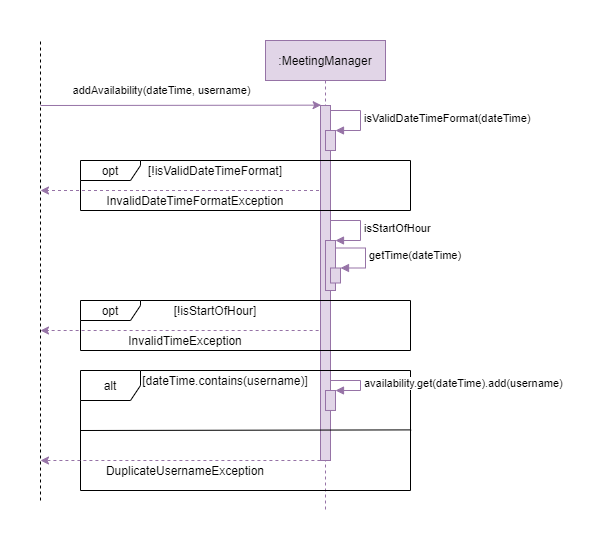
The draw.io diagram docs/developerGuideDiagrams/availableSequenceDiagram.png in theeugenechong/tp, before a commit. Source tidied: cells renumbered, new cells last; positions are measured from the earlier drawing's top-left corner, leaving out a move shared by most shapes.
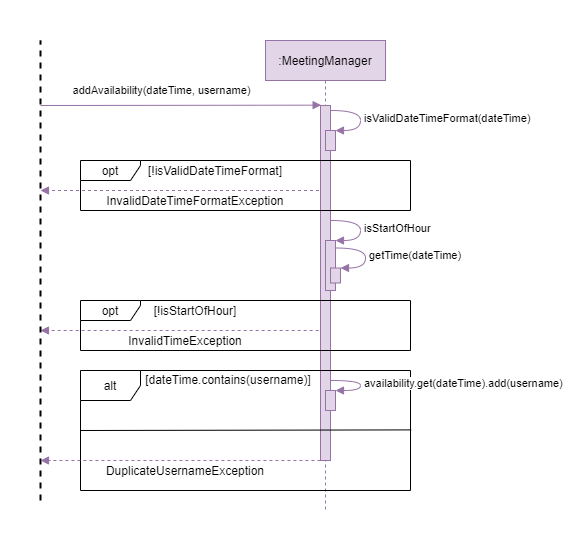
The same diagram one commit later.

Commit message:
Made cosmetic changes to sequence diagram so that they are all standardized

The edit, as a diff of the source:
```diff
@@ -3,25 +3,25 @@
     <mxCell id="0" />
     <mxCell id="1" parent="0" />
     <mxCell id="2" style="rounded=0;whiteSpace=wrap;html=1;fillColor=default;strokeColor=none;" parent="1" vertex="1">
-      <mxGeometry width="590" height="540" as="geometry" />
+      <mxGeometry width="580" height="540" as="geometry" />
     </mxCell>
-    <mxCell id="3" style="endArrow=classic;html=1;rounded=0;fillColor=#e1d5e7;strokeColor=#9673a6;dashed=1;exitX=0.758;exitY=0.6;exitDx=0;exitDy=0;exitPerimeter=0;" parent="1" edge="1" source="17">
+    <mxCell id="3" style="endArrow=block;html=1;rounded=0;fillColor=#e1d5e7;strokeColor=#9673a6;dashed=1;exitX=0.758;exitY=0.6;exitDx=0;exitDy=0;exitPerimeter=0;endFill=1;" parent="1" edge="1" source="17">
       <mxGeometry relative="1" as="geometry">
         <mxPoint x="40" y="330" as="targetPoint" />
       </mxGeometry>
     </mxCell>
-    <mxCell id="4" style="endArrow=none;dashed=1;html=1;rounded=0;" parent="1" edge="1">
+    <mxCell id="4" style="endArrow=none;dashed=1;html=1;rounded=0;strokeWidth=2;" parent="1" edge="1">
       <mxGeometry relative="1" as="geometry">
         <mxPoint x="40" y="500" as="sourcePoint" />
         <mxPoint x="40" y="40" as="targetPoint" />
       </mxGeometry>
     </mxCell>
-    <mxCell id="5" value="addAvailability(dateTime, username)" style="endArrow=classic;html=1;rounded=0;entryX=0.062;entryY=-0.001;entryDx=0;entryDy=0;entryPerimeter=0;fillColor=#e1d5e7;strokeColor=#9673a6;" parent="1" edge="1" target="8">
+    <mxCell id="5" value="addAvailability(dateTime, username)" style="endArrow=block;html=1;rounded=0;entryX=0.062;entryY=-0.001;entryDx=0;entryDy=0;entryPerimeter=0;fillColor=#e1d5e7;strokeColor=#9673a6;endFill=1;" parent="1" edge="1" target="8">
       <mxGeometry x="-0.14" y="15" relative="1" as="geometry">
         <mxPoint x="40" y="105" as="sourcePoint" />
       </mxGeometry>
     </mxCell>
-    <mxCell id="6" style="endArrow=classic;html=1;rounded=0;fillColor=#e1d5e7;strokeColor=#9673a6;dashed=1;" parent="1" edge="1" source="7">
+    <mxCell id="6" style="endArrow=block;html=1;rounded=0;fillColor=#e1d5e7;strokeColor=#9673a6;dashed=1;endFill=1;" parent="1" edge="1" source="7">
       <mxGeometry relative="1" as="geometry">
         <mxPoint x="40" y="190" as="targetPoint" />
       </mxGeometry>
@@ -35,7 +35,7 @@
     <mxCell id="9" style="perimeter=orthogonalPerimeter;rounded=0;shadow=0;strokeWidth=1;fillColor=#e1d5e7;strokeColor=#9673a6;" parent="7" vertex="1">
       <mxGeometry x="60" y="90" width="10" height="20" as="geometry" />
     </mxCell>
-    <mxCell id="10" value="isValidDateTimeFormat(dateTime)" style="edgeStyle=orthogonalEdgeStyle;html=1;align=left;spacingLeft=2;endArrow=block;rounded=0;entryX=1;entryY=0;fillColor=#e1d5e7;strokeColor=#9673a6;" parent="7" edge="1" target="11">
+    <mxCell id="10" value="isValidDateTimeFormat(dateTime)" style="edgeStyle=orthogonalEdgeStyle;html=1;align=left;spacingLeft=2;endArrow=block;entryX=1;entryY=0;fillColor=#e1d5e7;strokeColor=#9673a6;curved=1;" parent="7" edge="1" target="11">
       <mxGeometry relative="1" as="geometry">
         <mxPoint x="65" y="70" as="sourcePoint" />
         <Array as="points">
@@ -49,7 +49,7 @@
     <mxCell id="12" style="html=1;points=[];perimeter=orthogonalPerimeter;fillColor=#e1d5e7;strokeColor=#9673a6;" parent="7" vertex="1">
       <mxGeometry x="60" y="200" width="10" height="50" as="geometry" />
     </mxCell>
-    <mxCell id="13" value="isStartOfHour" style="edgeStyle=orthogonalEdgeStyle;html=1;align=left;spacingLeft=2;endArrow=block;rounded=0;entryX=1;entryY=0;fillColor=#e1d5e7;strokeColor=#9673a6;" parent="7" edge="1" target="12">
+    <mxCell id="13" value="isStartOfHour" style="edgeStyle=orthogonalEdgeStyle;html=1;align=left;spacingLeft=2;endArrow=block;entryX=1;entryY=0;fillColor=#e1d5e7;strokeColor=#9673a6;curved=1;" parent="7" edge="1" target="12">
       <mxGeometry relative="1" as="geometry">
         <mxPoint x="65" y="180" as="sourcePoint" />
         <Array as="points">
@@ -62,7 +62,7 @@
     <mxCell id="14" style="html=1;points=[];perimeter=orthogonalPerimeter;fillColor=#e1d5e7;strokeColor=#9673a6;" parent="7" vertex="1">
       <mxGeometry x="65" y="227.5" width="10" height="15" as="geometry" />
     </mxCell>
-    <mxCell id="15" value="getTime(dateTime)" style="edgeStyle=orthogonalEdgeStyle;html=1;align=left;spacingLeft=2;endArrow=block;rounded=0;entryX=1;entryY=0;fillColor=#e1d5e7;strokeColor=#9673a6;" parent="7" edge="1" target="14">
+    <mxCell id="15" value="getTime(dateTime)" style="edgeStyle=orthogonalEdgeStyle;html=1;align=left;spacingLeft=2;endArrow=block;entryX=1;entryY=0;fillColor=#e1d5e7;strokeColor=#9673a6;curved=1;" parent="7" edge="1" target="14">
       <mxGeometry relative="1" as="geometry">
         <mxPoint x="70" y="207.5" as="sourcePoint" />
         <Array as="points">
@@ -77,7 +77,7 @@
       <mxGeometry x="80" y="300" width="330" height="50" as="geometry" />
     </mxCell>
     <mxCell id="18" value="[!isStartOfHour]" style="text;html=1;strokeColor=none;fillColor=none;align=center;verticalAlign=middle;whiteSpace=wrap;rounded=0;" parent="1" vertex="1">
-      <mxGeometry x="140" y="300" width="150" height="20" as="geometry" />
+      <mxGeometry x="120" y="300" width="150" height="20" as="geometry" />
     </mxCell>
     <mxCell id="19" value="opt" style="shape=umlFrame;whiteSpace=wrap;html=1;fillColor=default;width=60;height=20;" parent="1" vertex="1">
       <mxGeometry x="80" y="160" width="330" height="50" as="geometry" />
@@ -99,7 +99,7 @@
     <mxCell id="24" value="alt" style="shape=umlFrame;whiteSpace=wrap;html=1;fillColor=default;" parent="1" vertex="1">
       <mxGeometry x="80" y="370" width="330" height="120" as="geometry" />
     </mxCell>
-    <mxCell id="25" style="endArrow=classic;html=1;rounded=0;fillColor=#e1d5e7;strokeColor=#9673a6;dashed=1;exitX=0.727;exitY=0.75;exitDx=0;exitDy=0;exitPerimeter=0;" parent="1" edge="1" source="24">
+    <mxCell id="25" style="endArrow=block;html=1;rounded=0;fillColor=#e1d5e7;strokeColor=#9673a6;dashed=1;exitX=0.727;exitY=0.75;exitDx=0;exitDy=0;exitPerimeter=0;endFill=1;" parent="1" edge="1" source="24">
       <mxGeometry relative="1" as="geometry">
         <mxPoint x="40" y="460" as="targetPoint" />
       </mxGeometry>
@@ -108,9 +108,9 @@
       <mxGeometry x="105" y="460" width="160" height="20" as="geometry" />
     </mxCell>
     <mxCell id="27" value="[dateTime.contains(username)]" style="text;html=1;strokeColor=none;fillColor=none;align=center;verticalAlign=middle;whiteSpace=wrap;rounded=0;" parent="1" vertex="1">
-      <mxGeometry x="140" y="370" width="170" height="20" as="geometry" />
+      <mxGeometry x="143" y="369" width="170" height="20" as="geometry" />
     </mxCell>
-    <mxCell id="28" value="availability.get(dateTime).add(username)" style="edgeStyle=orthogonalEdgeStyle;html=1;align=left;spacingLeft=2;endArrow=block;rounded=0;entryX=1;entryY=0;fillColor=#e1d5e7;strokeColor=#9673a6;" parent="1" edge="1" target="16">
+    <mxCell id="28" value="availability.get(dateTime).add(username)" style="edgeStyle=orthogonalEdgeStyle;html=1;align=left;spacingLeft=2;endArrow=block;entryX=1;entryY=0;fillColor=#e1d5e7;strokeColor=#9673a6;curved=1;" parent="1" edge="1" target="16">
       <mxGeometry relative="1" as="geometry">
         <mxPoint x="330" y="380" as="sourcePoint" />
         <Array as="points">
```
